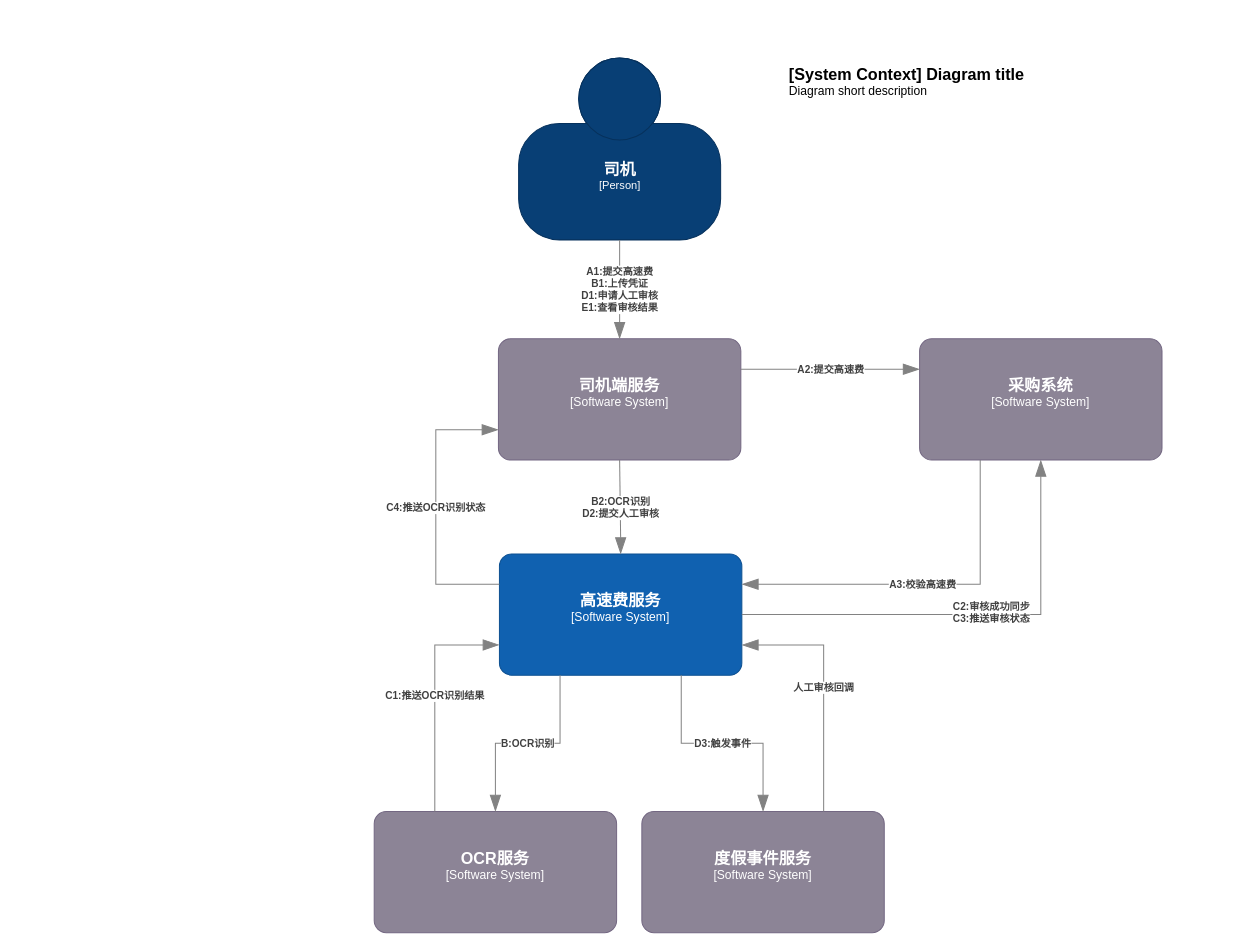
This is page "高速费-上下文图" (3 of 4) of 地图服务-现状.drawio from miareko/c4-diagram, a draw.io file, before an edit. Source tidied: cells renumbered, new cells numbered last; positions are measured from the earlier drawing's top-left corner, leaving out a move shared by most shapes. Both pictures are drawn from the tidied source at 101%, with x=0, y=0 at pixel (374, 58).
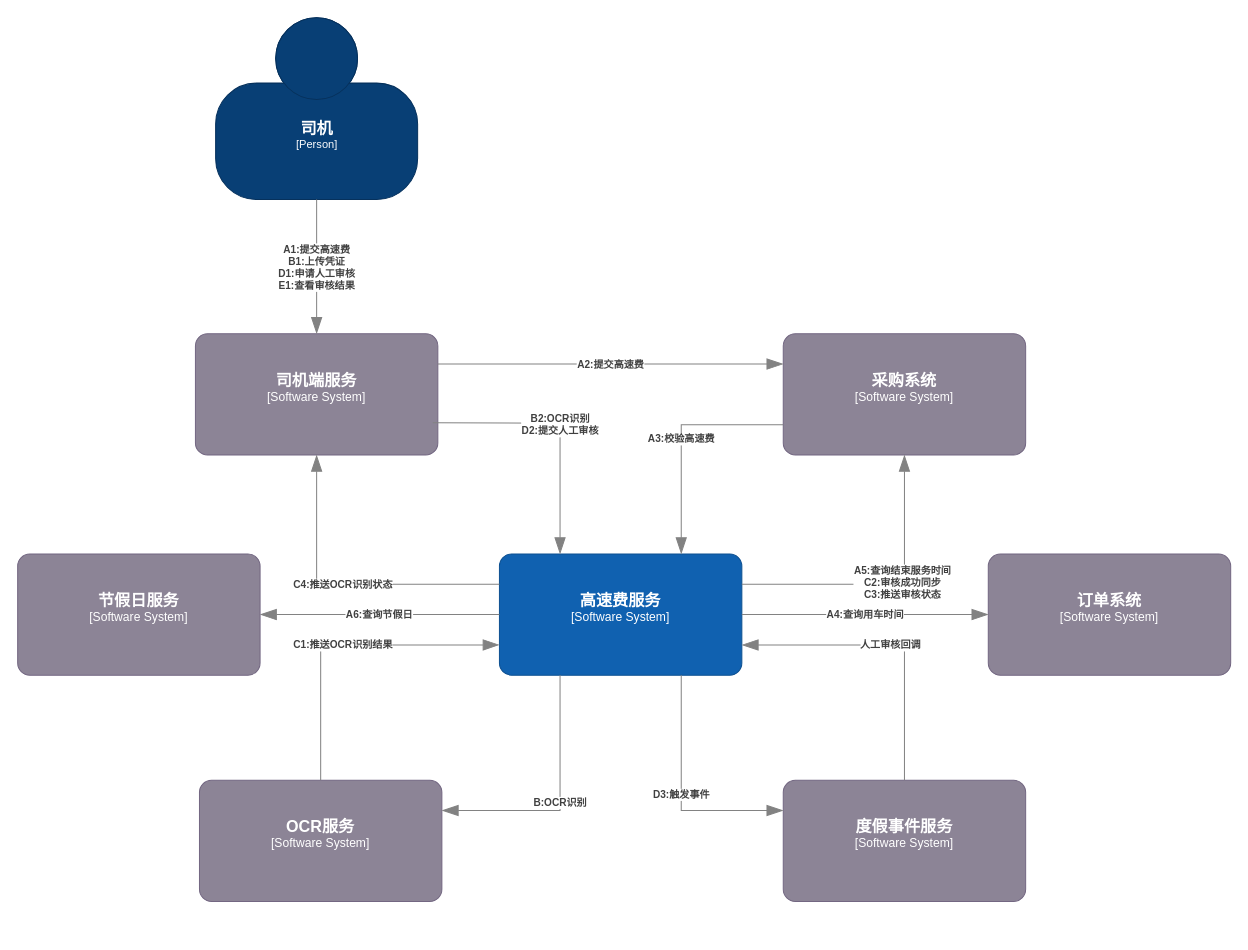
The same diagram, later.

The change refers to these unchanged cells:
```xml
<object id="3" label="&lt;font style=&quot;font-size: 16px&quot;&gt;&lt;b&gt;%c4Name%&lt;/b&gt;&lt;/font&gt;&lt;div&gt;[%c4Type%]&lt;/div&gt;&lt;br&gt;&lt;div&gt;&lt;font style=&quot;font-size: 11px&quot;&gt;&lt;font color=&quot;#cccccc&quot;&gt;%c4Description%&lt;/font&gt;&lt;/div&gt;" c4Description="" c4Name="高速费服务" c4Type="Software System" placeholders="1">
  <mxCell style="rounded=1;whiteSpace=wrap;html=1;labelBackgroundColor=none;fillColor=#1061B0;fontColor=#ffffff;align=center;arcSize=10;strokeColor=#0D5091;points=[[0.25,0,0],[0.5,0,0],[0.75,0,0],[1,0.25,0],[1,0.5,0],[1,0.75,0],[0.75,1,0],[0.5,1,0],[0.25,1,0],[0,0.75,0],[0,0.5,0],[0,0.25,0]];" parent="1" vertex="1">
    <mxGeometry x="124" y="491" width="240" height="120" as="geometry" />
  </mxCell>
</object>
```

The edit, as a diff of the source:
```diff
@@
     <object id="2" label="&lt;font style=&quot;font-size: 16px&quot;&gt;&lt;b&gt;%c4Name%&lt;/b&gt;&lt;/font&gt;&lt;div&gt;[%c4Type%]&lt;/div&gt;&lt;br&gt;&lt;div&gt;&lt;font style=&quot;font-size: 11px&quot;&gt;&lt;font color=&quot;#cccccc&quot;&gt;%c4Description%&lt;/font&gt;&lt;/div&gt;" c4Description="" c4Name="司机" c4Type="Person" placeholders="1">
       <mxCell style="html=1;fontSize=11;dashed=0;whitespace=wrap;fillColor=#083F75;strokeColor=#06315C;fontColor=#ffffff;shape=mxgraph.c4.person2;align=center;points=[[0.5,0,0],[1,0.5,0],[1,0.75,0],[0.75,1,0],[0.5,1,0],[0.25,1,0],[0,0.75,0],[0,0.5,0]];" parent="1" vertex="1">
-        <mxGeometry x="143" width="200" height="180" as="geometry" />
+        <mxGeometry x="-157" y="-40" width="200" height="180" as="geometry" />
       </mxCell>
     </object>
@@
     <object id="4" label="&lt;font style=&quot;font-size: 16px&quot;&gt;&lt;b&gt;%c4Name%&lt;/b&gt;&lt;/font&gt;&lt;div&gt;[%c4Type%]&lt;/div&gt;&lt;br&gt;&lt;div&gt;&lt;font style=&quot;font-size: 11px&quot;&gt;&lt;font color=&quot;#cccccc&quot;&gt;%c4Description%&lt;/font&gt;&lt;/div&gt;" c4Description="" c4Name="司机端服务" c4Type="Software System" placeholders="1">
       <mxCell style="rounded=1;whiteSpace=wrap;html=1;labelBackgroundColor=none;fillColor=#8C8496;fontColor=#ffffff;align=center;arcSize=10;strokeColor=#736782;points=[[0.25,0,0],[0.5,0,0],[0.75,0,0],[1,0.25,0],[1,0.5,0],[1,0.75,0],[0.75,1,0],[0.5,1,0],[0.25,1,0],[0,0.75,0],[0,0.5,0],[0,0.25,0]];" parent="1" vertex="1">
-        <mxGeometry x="123" y="278" width="240" height="120" as="geometry" />
+        <mxGeometry x="-177" y="273" width="240" height="120" as="geometry" />
       </mxCell>
     </object>
     <object id="5" label="&lt;font style=&quot;font-size: 16px&quot;&gt;&lt;b&gt;%c4Name%&lt;/b&gt;&lt;/font&gt;&lt;div&gt;[%c4Type%]&lt;/div&gt;&lt;br&gt;&lt;div&gt;&lt;font style=&quot;font-size: 11px&quot;&gt;&lt;font color=&quot;#cccccc&quot;&gt;%c4Description%&lt;/font&gt;&lt;/div&gt;" c4Description="" c4Name="采购系统" c4Type="Software System" placeholders="1">
       <mxCell style="rounded=1;whiteSpace=wrap;html=1;labelBackgroundColor=none;fillColor=#8C8496;fontColor=#ffffff;align=center;arcSize=10;strokeColor=#736782;points=[[0.25,0,0],[0.5,0,0],[0.75,0,0],[1,0.25,0],[1,0.5,0],[1,0.75,0],[0.75,1,0],[0.5,1,0],[0.25,1,0],[0,0.75,0],[0,0.5,0],[0,0.25,0]];" parent="1" vertex="1">
-        <mxGeometry x="540" y="278" width="240" height="120" as="geometry" />
+        <mxGeometry x="405" y="273" width="240" height="120" as="geometry" />
       </mxCell>
     </object>
     <object id="6" label="&lt;font style=&quot;font-size: 16px&quot;&gt;&lt;b&gt;%c4Name%&lt;/b&gt;&lt;/font&gt;&lt;div&gt;[%c4Type%]&lt;/div&gt;&lt;br&gt;&lt;div&gt;&lt;font style=&quot;font-size: 11px&quot;&gt;&lt;font color=&quot;#cccccc&quot;&gt;%c4Description%&lt;/font&gt;&lt;/div&gt;" c4Description="" c4Name="OCR服务" c4Type="Software System" placeholders="1">
       <mxCell style="rounded=1;whiteSpace=wrap;html=1;labelBackgroundColor=none;fillColor=#8C8496;fontColor=#ffffff;align=center;arcSize=10;strokeColor=#736782;points=[[0.25,0,0],[0.5,0,0],[0.75,0,0],[1,0.25,0],[1,0.5,0],[1,0.75,0],[0.75,1,0],[0.5,1,0],[0.25,1,0],[0,0.75,0],[0,0.5,0],[0,0.25,0]];" parent="1" vertex="1">
-        <mxGeometry y="746" width="240" height="120" as="geometry" />
+        <mxGeometry x="-173" y="715" width="240" height="120" as="geometry" />
       </mxCell>
     </object>
@@
     <object id="9" label="&lt;div style=&quot;text-align: left&quot;&gt;&lt;div style=&quot;text-align: center&quot;&gt;&lt;b&gt;%c4Description%&lt;/b&gt;&lt;/div&gt;" c4Description="A3:校验高速费" placeholders="1">
-      <mxCell style="endArrow=blockThin;html=1;fontSize=10;fontColor=#404040;strokeWidth=1;endFill=1;strokeColor=#828282;elbow=vertical;endSize=14;startSize=14;jumpStyle=arc;jumpSize=16;rounded=0;edgeStyle=orthogonalEdgeStyle;exitX=0.25;exitY=1;exitDx=0;exitDy=0;exitPerimeter=0;entryX=1;entryY=0.25;entryDx=0;entryDy=0;entryPerimeter=0;" parent="1" edge="1" source="5" target="3">
+      <mxCell style="endArrow=blockThin;html=1;fontSize=10;fontColor=#404040;strokeWidth=1;endFill=1;strokeColor=#828282;elbow=vertical;endSize=14;startSize=14;jumpStyle=arc;jumpSize=16;rounded=0;edgeStyle=orthogonalEdgeStyle;exitX=0;exitY=0.75;exitDx=0;exitDy=0;exitPerimeter=0;entryX=0.75;entryY=0;entryDx=0;entryDy=0;entryPerimeter=0;" parent="1" edge="1" source="5" target="3">
         <mxGeometry relative="1" as="geometry" />
       </mxCell>
     </object>
     <object id="10" label="&lt;div style=&quot;text-align: left&quot;&gt;&lt;div style=&quot;text-align: center&quot;&gt;&lt;b&gt;%c4Description%&lt;/b&gt;&lt;/div&gt;" c4Description="B:OCR识别" placeholders="1">
-      <mxCell style="endArrow=blockThin;html=1;fontSize=10;fontColor=#404040;strokeWidth=1;endFill=1;strokeColor=#828282;elbow=vertical;endSize=14;startSize=14;jumpStyle=arc;jumpSize=16;rounded=0;edgeStyle=orthogonalEdgeStyle;exitX=0.25;exitY=1;exitDx=0;exitDy=0;exitPerimeter=0;entryX=0.5;entryY=0;entryDx=0;entryDy=0;entryPerimeter=0;" parent="1" edge="1" source="3" target="6">
+      <mxCell style="endArrow=blockThin;html=1;fontSize=10;fontColor=#404040;strokeWidth=1;endFill=1;strokeColor=#828282;elbow=vertical;endSize=14;startSize=14;jumpStyle=arc;jumpSize=16;rounded=0;edgeStyle=orthogonalEdgeStyle;exitX=0.25;exitY=1;exitDx=0;exitDy=0;exitPerimeter=0;entryX=1;entryY=0.25;entryDx=0;entryDy=0;entryPerimeter=0;" parent="1" edge="1" source="3" target="6">
         <mxGeometry relative="1" as="geometry" />
       </mxCell>
     </object>
-    <object id="11" label="&lt;div style=&quot;text-align: left&quot;&gt;&lt;div style=&quot;text-align: center&quot;&gt;&lt;b&gt;%c4Description%&lt;/b&gt;&lt;/div&gt;" c4Description="C2:审核成功同步&#10;C3:推送审核状态" placeholders="1">
-      <mxCell style="endArrow=blockThin;html=1;fontSize=10;fontColor=#404040;strokeWidth=1;endFill=1;strokeColor=#828282;elbow=vertical;endSize=14;startSize=14;jumpStyle=arc;jumpSize=16;rounded=0;edgeStyle=orthogonalEdgeStyle;exitX=1;exitY=0.5;exitDx=0;exitDy=0;exitPerimeter=0;" parent="1" edge="1" source="3" target="5">
+    <object id="11" label="&lt;div style=&quot;text-align: left&quot;&gt;&lt;div style=&quot;text-align: center&quot;&gt;&lt;b&gt;%c4Description%&lt;/b&gt;&lt;/div&gt;" c4Description="A5:查询结束服务时间&#10;C2:审核成功同步&#10;C3:推送审核状态" placeholders="1">
+      <mxCell style="endArrow=blockThin;html=1;fontSize=10;fontColor=#404040;strokeWidth=1;endFill=1;strokeColor=#828282;elbow=vertical;endSize=14;startSize=14;jumpStyle=arc;jumpSize=16;rounded=0;edgeStyle=orthogonalEdgeStyle;exitX=1;exitY=0.25;exitDx=0;exitDy=0;exitPerimeter=0;" parent="1" edge="1" source="3" target="5">
         <mxGeometry x="0.1" y="2" relative="1" as="geometry" />
       </mxCell>
     </object>
     <object id="12" label="&lt;div style=&quot;text-align: left&quot;&gt;&lt;div style=&quot;text-align: center&quot;&gt;&lt;b&gt;%c4Description%&lt;/b&gt;&lt;/div&gt;" c4Description="C1:推送OCR识别结果" placeholders="1">
-      <mxCell style="endArrow=blockThin;html=1;fontSize=10;fontColor=#404040;strokeWidth=1;endFill=1;strokeColor=#828282;elbow=vertical;endSize=14;startSize=14;jumpStyle=arc;jumpSize=16;rounded=0;edgeStyle=orthogonalEdgeStyle;exitX=0.25;exitY=0;exitDx=0;exitDy=0;exitPerimeter=0;entryX=0;entryY=0.75;entryDx=0;entryDy=0;entryPerimeter=0;" parent="1" edge="1" source="6" target="3">
+      <mxCell style="endArrow=blockThin;html=1;fontSize=10;fontColor=#404040;strokeWidth=1;endFill=1;strokeColor=#828282;elbow=vertical;endSize=14;startSize=14;jumpStyle=arc;jumpSize=16;rounded=0;edgeStyle=orthogonalEdgeStyle;exitX=0.5;exitY=0;exitDx=0;exitDy=0;exitPerimeter=0;entryX=0;entryY=0.75;entryDx=0;entryDy=0;entryPerimeter=0;" parent="1" edge="1" source="6" target="3">
         <mxGeometry relative="1" as="geometry" />
       </mxCell>
     </object>
     <object id="13" label="&lt;div style=&quot;text-align: left&quot;&gt;&lt;div style=&quot;text-align: center&quot;&gt;&lt;b&gt;%c4Description%&lt;/b&gt;&lt;/div&gt;" c4Description="C4:推送OCR识别状态" placeholders="1">
-      <mxCell style="endArrow=blockThin;html=1;fontSize=10;fontColor=#404040;strokeWidth=1;endFill=1;strokeColor=#828282;elbow=vertical;endSize=14;startSize=14;jumpStyle=arc;jumpSize=16;rounded=0;edgeStyle=orthogonalEdgeStyle;exitX=0;exitY=0.25;exitDx=0;exitDy=0;exitPerimeter=0;entryX=0;entryY=0.75;entryDx=0;entryDy=0;entryPerimeter=0;" parent="1" edge="1" source="3" target="4">
+      <mxCell style="endArrow=blockThin;html=1;fontSize=10;fontColor=#404040;strokeWidth=1;endFill=1;strokeColor=#828282;elbow=vertical;endSize=14;startSize=14;jumpStyle=arc;jumpSize=16;rounded=0;edgeStyle=orthogonalEdgeStyle;exitX=0;exitY=0.25;exitDx=0;exitDy=0;exitPerimeter=0;entryX=0.5;entryY=1;entryDx=0;entryDy=0;entryPerimeter=0;" parent="1" edge="1" source="3" target="4">
         <mxGeometry relative="1" as="geometry">
           <Array as="points">
-            <mxPoint x="61" y="521" />
-            <mxPoint x="61" y="368" />
+            <mxPoint x="-57" y="521" />
           </Array>
         </mxGeometry>
       </mxCell>
     </object>
     <object id="14" label="&lt;div style=&quot;text-align: left&quot;&gt;&lt;div style=&quot;text-align: center&quot;&gt;&lt;b&gt;%c4Description%&lt;/b&gt;&lt;/div&gt;" c4Description="B2:OCR识别&#10;D2:提交人工审核" placeholders="1">
-      <mxCell style="endArrow=blockThin;html=1;fontSize=10;fontColor=#404040;strokeWidth=1;endFill=1;strokeColor=#828282;elbow=vertical;endSize=14;startSize=14;jumpStyle=arc;jumpSize=16;rounded=0;edgeStyle=orthogonalEdgeStyle;exitX=0.5;exitY=1;exitDx=0;exitDy=0;exitPerimeter=0;entryX=0.5;entryY=0;entryDx=0;entryDy=0;entryPerimeter=0;" parent="1" edge="1" source="4" target="3">
-        <mxGeometry relative="1" as="geometry" />
+      <mxCell style="endArrow=blockThin;html=1;fontSize=10;fontColor=#404040;strokeWidth=1;endFill=1;strokeColor=#828282;elbow=vertical;endSize=14;startSize=14;jumpStyle=arc;jumpSize=16;rounded=0;edgeStyle=orthogonalEdgeStyle;entryX=0.25;entryY=0;entryDx=0;entryDy=0;entryPerimeter=0;" parent="1" edge="1" target="3">
+        <mxGeometry relative="1" as="geometry">
+          <mxPoint x="58" y="361" as="sourcePoint" />
+        </mxGeometry>
       </mxCell>
     </object>
     <object id="15" label="&lt;font style=&quot;font-size: 16px&quot;&gt;&lt;b&gt;%c4Name%&lt;/b&gt;&lt;/font&gt;&lt;div&gt;[%c4Type%]&lt;/div&gt;&lt;br&gt;&lt;div&gt;&lt;font style=&quot;font-size: 11px&quot;&gt;&lt;font color=&quot;#cccccc&quot;&gt;%c4Description%&lt;/font&gt;&lt;/div&gt;" c4Description="" c4Name="度假事件服务" c4Type="Software System" placeholders="1">
       <mxCell style="rounded=1;whiteSpace=wrap;html=1;labelBackgroundColor=none;fillColor=#8C8496;fontColor=#ffffff;align=center;arcSize=10;strokeColor=#736782;points=[[0.25,0,0],[0.5,0,0],[0.75,0,0],[1,0.25,0],[1,0.5,0],[1,0.75,0],[0.75,1,0],[0.5,1,0],[0.25,1,0],[0,0.75,0],[0,0.5,0],[0,0.25,0]];" parent="1" vertex="1">
-        <mxGeometry x="265" y="746" width="240" height="120" as="geometry" />
+        <mxGeometry x="405" y="715" width="240" height="120" as="geometry" />
       </mxCell>
     </object>
     <object id="16" label="&lt;div style=&quot;text-align: left&quot;&gt;&lt;div style=&quot;text-align: center&quot;&gt;&lt;b&gt;%c4Description%&lt;/b&gt;&lt;/div&gt;" c4Description="D3:触发事件" placeholders="1">
-      <mxCell style="endArrow=blockThin;html=1;fontSize=10;fontColor=#404040;strokeWidth=1;endFill=1;strokeColor=#828282;elbow=vertical;endSize=14;startSize=14;jumpStyle=arc;jumpSize=16;rounded=0;edgeStyle=orthogonalEdgeStyle;exitX=0.75;exitY=1;exitDx=0;exitDy=0;exitPerimeter=0;" parent="1" edge="1" source="3" target="15">
+      <mxCell style="endArrow=blockThin;html=1;fontSize=10;fontColor=#404040;strokeWidth=1;endFill=1;strokeColor=#828282;elbow=vertical;endSize=14;startSize=14;jumpStyle=arc;jumpSize=16;rounded=0;edgeStyle=orthogonalEdgeStyle;exitX=0.75;exitY=1;exitDx=0;exitDy=0;exitPerimeter=0;entryX=0;entryY=0.25;entryDx=0;entryDy=0;entryPerimeter=0;" parent="1" edge="1" source="3" target="15">
         <mxGeometry relative="1" as="geometry" />
       </mxCell>
     </object>
     <object id="17" label="&lt;div style=&quot;text-align: left&quot;&gt;&lt;div style=&quot;text-align: center&quot;&gt;&lt;b&gt;%c4Description%&lt;/b&gt;&lt;/div&gt;" c4Description="人工审核回调" placeholders="1">
-      <mxCell style="endArrow=blockThin;html=1;fontSize=10;fontColor=#404040;strokeWidth=1;endFill=1;strokeColor=#828282;elbow=vertical;endSize=14;startSize=14;jumpStyle=arc;jumpSize=16;rounded=0;edgeStyle=orthogonalEdgeStyle;exitX=0.75;exitY=0;exitDx=0;exitDy=0;exitPerimeter=0;entryX=1;entryY=0.75;entryDx=0;entryDy=0;entryPerimeter=0;" parent="1" edge="1" source="15" target="3">
+      <mxCell style="endArrow=blockThin;html=1;fontSize=10;fontColor=#404040;strokeWidth=1;endFill=1;strokeColor=#828282;elbow=vertical;endSize=14;startSize=14;jumpStyle=arc;jumpSize=16;rounded=0;edgeStyle=orthogonalEdgeStyle;exitX=0.5;exitY=0;exitDx=0;exitDy=0;exitPerimeter=0;entryX=1;entryY=0.75;entryDx=0;entryDy=0;entryPerimeter=0;" parent="1" edge="1" source="15" target="3">
         <mxGeometry relative="1" as="geometry" />
       </mxCell>
     </object>
-    <object id="18" label="&lt;font style=&quot;font-size: 16px&quot;&gt;&lt;b&gt;&lt;div style=&quot;text-align: left&quot;&gt;%c4Name%&lt;/div&gt;&lt;/b&gt;&lt;/font&gt;&lt;div style=&quot;text-align: left&quot;&gt;%c4Description%&lt;/div&gt;" c4Description="Diagram short description" c4Name="[System Context] Diagram title" placeholders="1">
-      <mxCell style="text;html=1;strokeColor=none;fillColor=none;align=left;verticalAlign=top;whiteSpace=wrap;rounded=0;" parent="1" vertex="1">
-        <mxGeometry x="409" width="260" height="40" as="geometry" />
-      </mxCell>
-    </object>
+    <object id="19" label="&lt;font style=&quot;font-size: 16px&quot;&gt;&lt;b&gt;%c4Name%&lt;/b&gt;&lt;/font&gt;&lt;div&gt;[%c4Type%]&lt;/div&gt;&lt;br&gt;&lt;div&gt;&lt;font style=&quot;font-size: 11px&quot;&gt;&lt;font color=&quot;#cccccc&quot;&gt;%c4Description%&lt;/font&gt;&lt;/div&gt;" c4Description="" c4Name="订单系统" c4Type="Software System" placeholders="1">
+      <mxCell style="rounded=1;whiteSpace=wrap;html=1;labelBackgroundColor=none;fillColor=#8C8496;fontColor=#ffffff;align=center;arcSize=10;strokeColor=#736782;points=[[0.25,0,0],[0.5,0,0],[0.75,0,0],[1,0.25,0],[1,0.5,0],[1,0.75,0],[0.75,1,0],[0.5,1,0],[0.25,1,0],[0,0.75,0],[0,0.5,0],[0,0.25,0]];" parent="1" vertex="1">
+        <mxGeometry x="608" y="491" width="240" height="120" as="geometry" />
+      </mxCell>
+    </object>
+    <object id="20" label="&lt;div style=&quot;text-align: left&quot;&gt;&lt;div style=&quot;text-align: center&quot;&gt;&lt;b&gt;%c4Description%&lt;/b&gt;&lt;/div&gt;" c4Description="A4:查询用车时间" placeholders="1">
+      <mxCell style="endArrow=blockThin;html=1;fontSize=10;fontColor=#404040;strokeWidth=1;endFill=1;strokeColor=#828282;elbow=vertical;endSize=14;startSize=14;jumpStyle=arc;jumpSize=16;rounded=0;edgeStyle=orthogonalEdgeStyle;exitX=1;exitY=0.5;exitDx=0;exitDy=0;exitPerimeter=0;entryX=0;entryY=0.5;entryDx=0;entryDy=0;entryPerimeter=0;" parent="1" edge="1" source="3" target="19">
+        <mxGeometry relative="1" as="geometry" />
+      </mxCell>
+    </object>
+    <object id="21" label="&lt;font style=&quot;font-size: 16px&quot;&gt;&lt;b&gt;%c4Name%&lt;/b&gt;&lt;/font&gt;&lt;div&gt;[%c4Type%]&lt;/div&gt;&lt;br&gt;&lt;div&gt;&lt;font style=&quot;font-size: 11px&quot;&gt;&lt;font color=&quot;#cccccc&quot;&gt;%c4Description%&lt;/font&gt;&lt;/div&gt;" c4Description="" c4Name="节假日服务" c4Type="Software System" placeholders="1">
+      <mxCell style="rounded=1;whiteSpace=wrap;html=1;labelBackgroundColor=none;fillColor=#8C8496;fontColor=#ffffff;align=center;arcSize=10;strokeColor=#736782;points=[[0.25,0,0],[0.5,0,0],[0.75,0,0],[1,0.25,0],[1,0.5,0],[1,0.75,0],[0.75,1,0],[0.5,1,0],[0.25,1,0],[0,0.75,0],[0,0.5,0],[0,0.25,0]];" parent="1" vertex="1">
+        <mxGeometry x="-353" y="491" width="240" height="120" as="geometry" />
+      </mxCell>
+    </object>
+    <object id="22" label="&lt;div style=&quot;text-align: left&quot;&gt;&lt;div style=&quot;text-align: center&quot;&gt;&lt;b&gt;%c4Description%&lt;/b&gt;&lt;/div&gt;" c4Description="A6:查询节假日" placeholders="1">
+      <mxCell style="endArrow=blockThin;html=1;fontSize=10;fontColor=#404040;strokeWidth=1;endFill=1;strokeColor=#828282;elbow=vertical;endSize=14;startSize=14;jumpStyle=arc;jumpSize=16;rounded=0;edgeStyle=orthogonalEdgeStyle;exitX=0;exitY=0.5;exitDx=0;exitDy=0;exitPerimeter=0;" parent="1" edge="1" source="3" target="21">
+        <mxGeometry relative="1" as="geometry" />
+      </mxCell>
+    </object>
```
